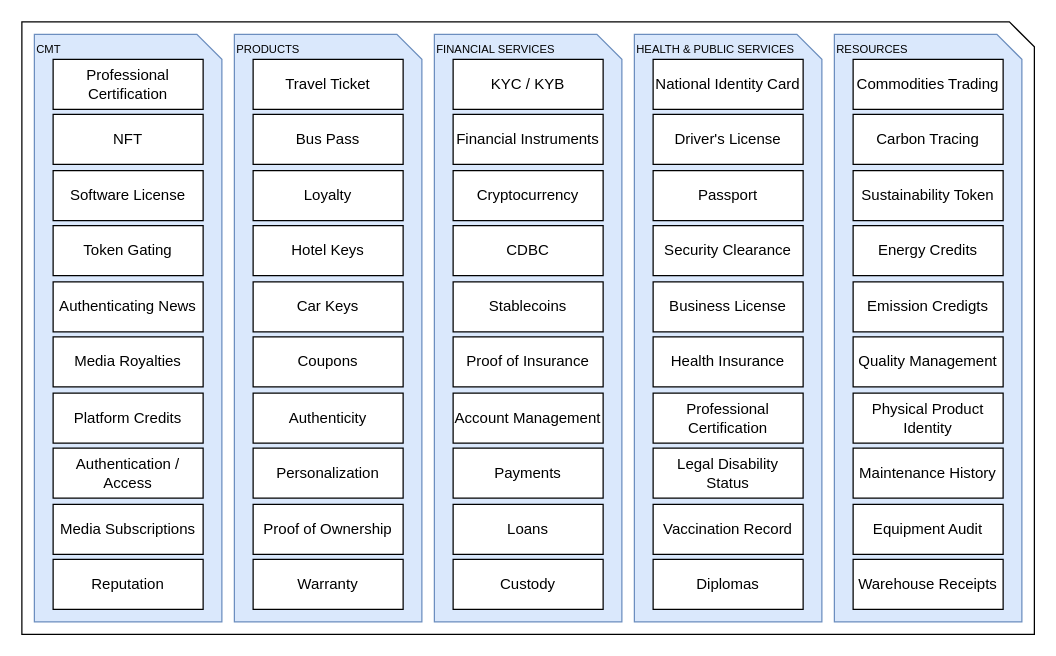
This is page "use-cases" (1 of 19) of docs/papers/architecture-whitepaper.drawio from openwallet-foundation/architecture-sig, a draw.io file, before an edit. Source tidied: cells renumbered, new cells numbered last; positions are measured from the earlier drawing's top-left corner, leaving out a move shared by most shapes. Both pictures are drawn from the tidied source at 125%, with x=0, y=0 at pixel (21, 21).
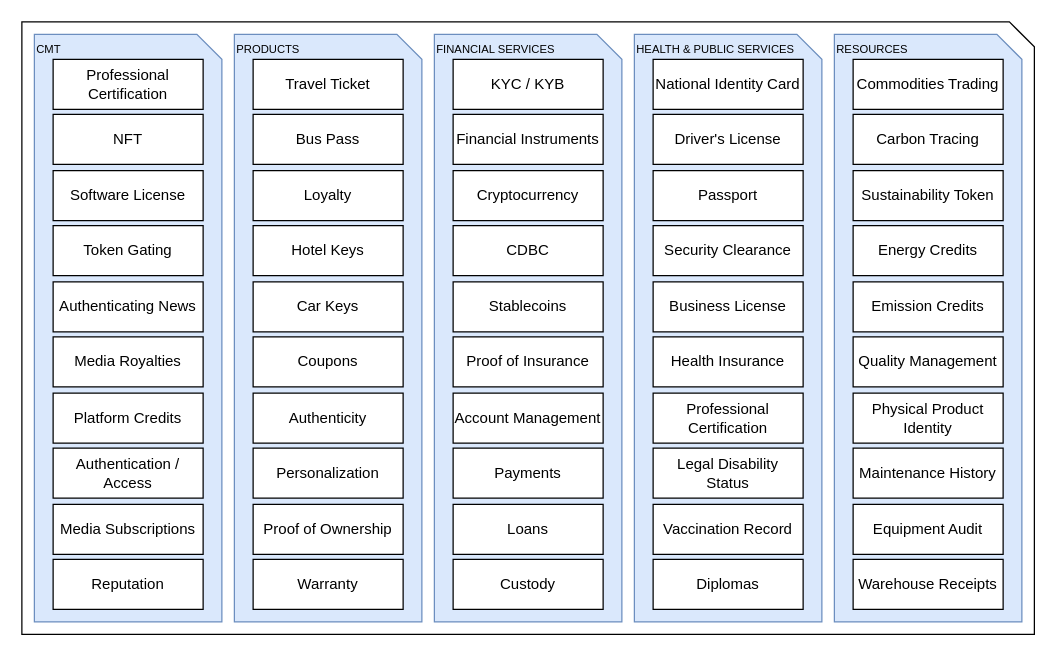
The same diagram, later.

The edit, as a diff of the source:
```diff
@@
-    <mxCell id="52" value="Emission Credigts" style="rounded=0;whiteSpace=wrap;html=1;" parent="1" vertex="1">
+    <mxCell id="52" value="Emission Credits" style="rounded=0;whiteSpace=wrap;html=1;" parent="1" vertex="1">
       <mxGeometry x="665" y="208" width="120" height="40" as="geometry" />
     </mxCell>
```
